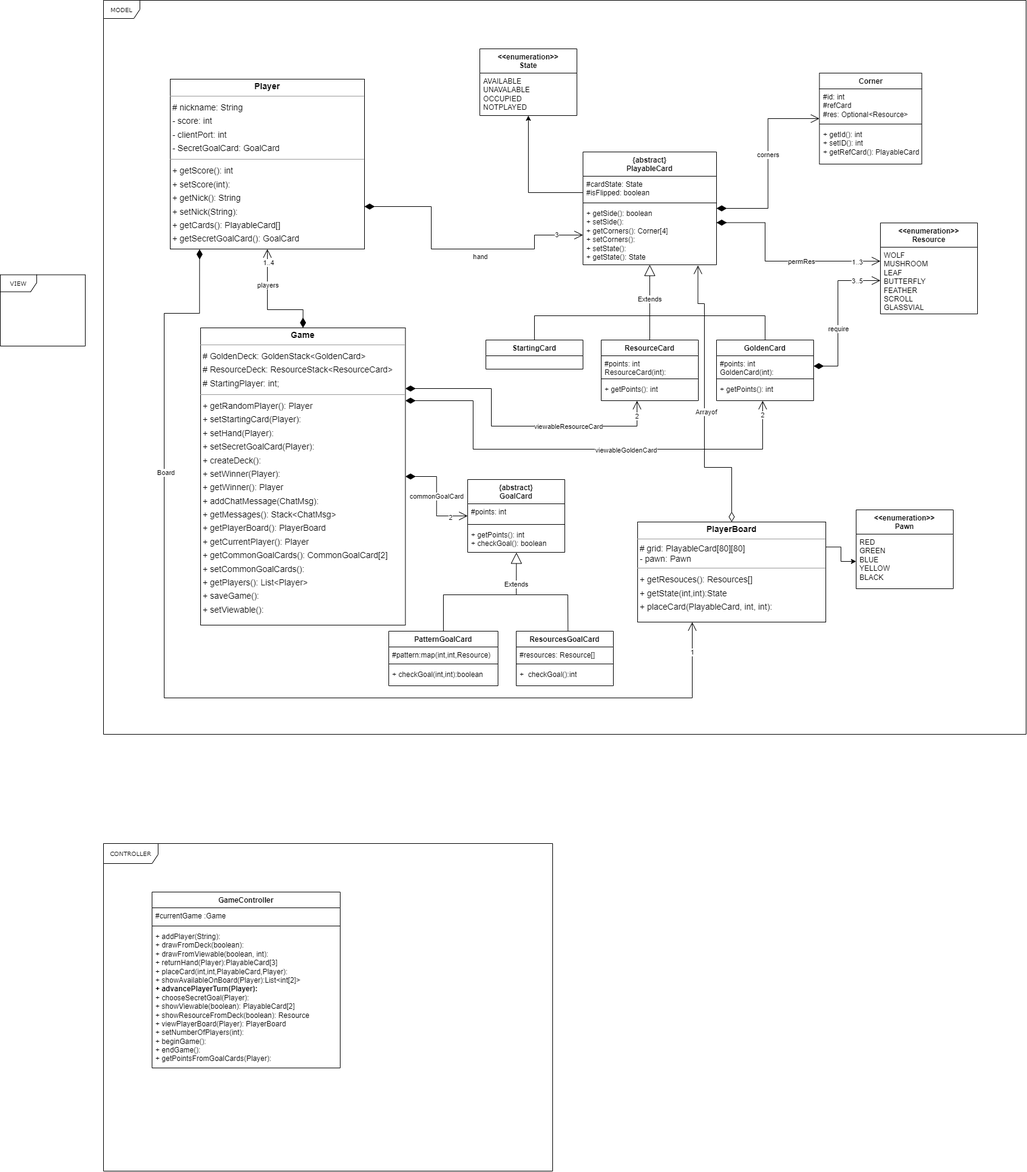
Earlier version of the draw.io export UML method.png (RogerTWS02/ing-sw-2024-Esposito-Falzoni-Frisone-Grassi). Source tidied: cells renumbered, new cells last; positions are measured from the earlier drawing's top-left corner, leaving out a move shared by most shapes.
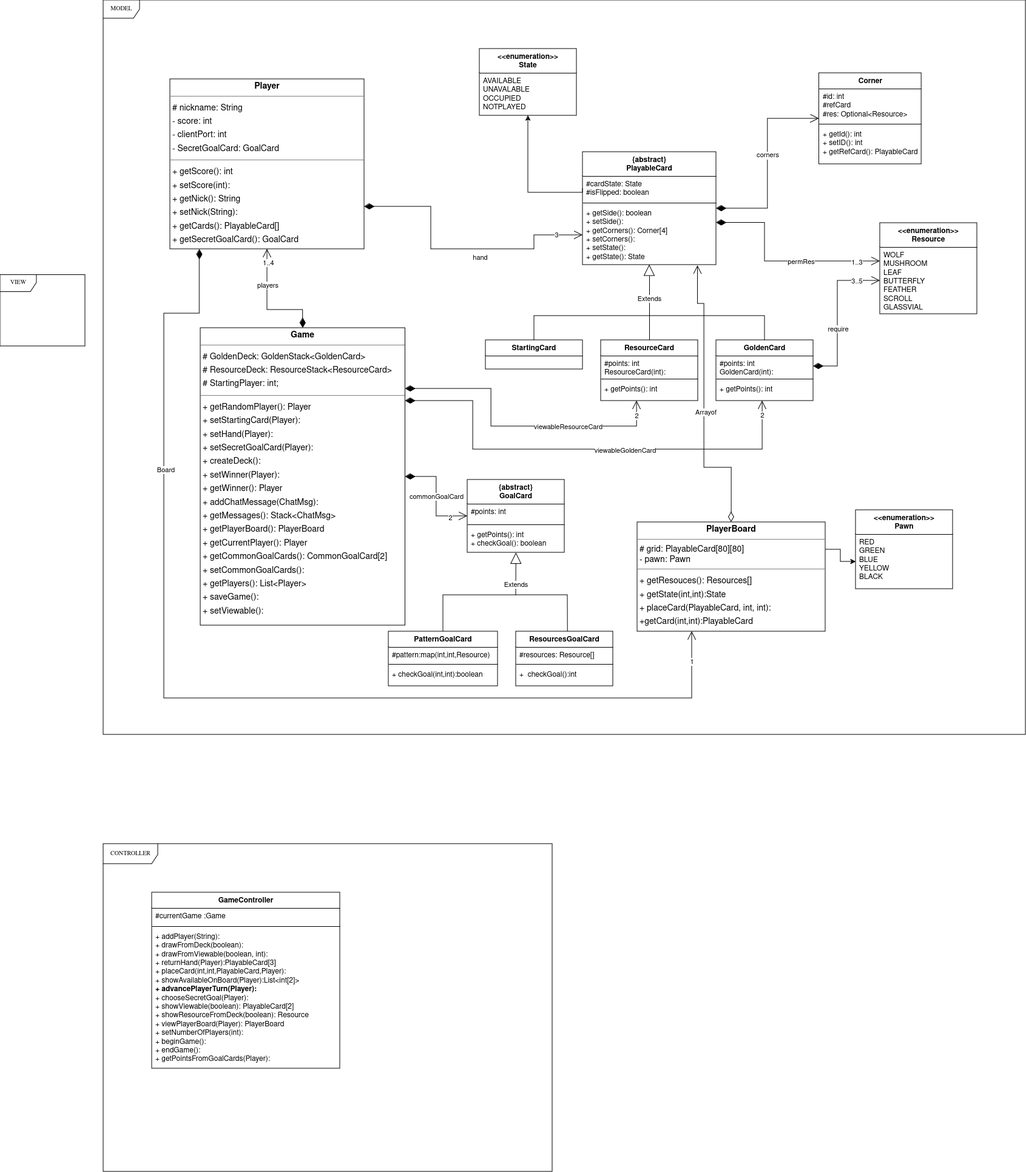
Above is the later version.

The edit, as a diff of the source:
```diff
@@ -72,8 +72,8 @@
     <mxCell id="21" style="edgeStyle=orthogonalEdgeStyle;rounded=0;jettySize=auto;html=1;exitX=1;exitY=0.25;exitDx=0;exitDy=0;entryX=0;entryY=0.5;entryDx=0;entryDy=0;" parent="1" edge="1" source="22" target="16">
       <mxGeometry relative="1" as="geometry" />
     </mxCell>
-    <mxCell id="22" value="&lt;p style=&quot;margin:0px;margin-top:4px;text-align:center;&quot;&gt;&lt;b&gt;PlayerBoard&lt;/b&gt;&lt;/p&gt;&lt;hr size=&quot;1&quot;&gt;&amp;nbsp;&lt;span style=&quot;background-color: initial;&quot;&gt;# grid: PlayableCard[80][80]&amp;nbsp;&lt;/span&gt;&lt;div&gt;&amp;nbsp;- pawn: Pawn&amp;nbsp;&lt;div&gt;&lt;hr size=&quot;1&quot;&gt;&lt;p style=&quot;margin:0 0 0 4px;line-height:1.6;&quot;&gt;+ getResouces(): Resources[]&lt;br&gt;+ getState(int,int):State&lt;br&gt;+ placeCard(PlayableCard, int, int): &lt;br&gt;&lt;/p&gt;&lt;/div&gt;&lt;/div&gt;" style="verticalAlign=top;align=left;overflow=fill;fontSize=14;fontFamily=Helvetica;html=1;rounded=0;shadow=0;comic=0;labelBackgroundColor=none;strokeWidth=1;" parent="1" vertex="1">
-      <mxGeometry x="1050" y="860" width="310" height="165" as="geometry" />
+    <mxCell id="22" value="&lt;p style=&quot;margin:0px;margin-top:4px;text-align:center;&quot;&gt;&lt;b&gt;PlayerBoard&lt;/b&gt;&lt;/p&gt;&lt;hr size=&quot;1&quot;&gt;&amp;nbsp;&lt;span style=&quot;background-color: initial;&quot;&gt;# grid: PlayableCard[80][80]&amp;nbsp;&lt;/span&gt;&lt;div&gt;&amp;nbsp;- pawn: Pawn&amp;nbsp;&lt;div&gt;&lt;hr size=&quot;1&quot;&gt;&lt;p style=&quot;margin:0 0 0 4px;line-height:1.6;&quot;&gt;+ getResouces(): Resources[]&lt;br&gt;+ getState(int,int):State&lt;br&gt;+ placeCard(PlayableCard, int, int): &lt;br&gt;&lt;/p&gt;&lt;p style=&quot;margin:0 0 0 4px;line-height:1.6;&quot;&gt;+getCard(int,int):PlayableCard&lt;br&gt;&lt;/p&gt;&lt;/div&gt;&lt;/div&gt;" style="verticalAlign=top;align=left;overflow=fill;fontSize=14;fontFamily=Helvetica;html=1;rounded=0;shadow=0;comic=0;labelBackgroundColor=none;strokeWidth=1;" parent="1" vertex="1">
+      <mxGeometry x="1050" y="860" width="310" height="180" as="geometry" />
     </mxCell>
     <mxCell id="23" value="&lt;p style=&quot;margin:0px;margin-top:4px;text-align:center;&quot;&gt;&lt;b&gt;Player&lt;/b&gt;&lt;/p&gt;&lt;hr size=&quot;1&quot;&gt;&lt;p style=&quot;margin:0 0 0 4px;line-height:1.6;&quot;&gt;# nickname: String&lt;/p&gt;&lt;p style=&quot;margin:0 0 0 4px;line-height:1.6;&quot;&gt;- score: int&lt;/p&gt;&lt;p style=&quot;margin:0 0 0 4px;line-height:1.6;&quot;&gt;- clientPort: int&lt;/p&gt;&lt;p style=&quot;margin:0 0 0 4px;line-height:1.6;&quot;&gt;- SecretGoalCard: GoalCard&lt;/p&gt;&lt;hr size=&quot;1&quot;&gt;&lt;p style=&quot;margin:0 0 0 4px;line-height:1.6;&quot;&gt;+ getScore(): int&lt;/p&gt;&lt;p style=&quot;margin:0 0 0 4px;line-height:1.6;&quot;&gt;+ setScore(int):&amp;nbsp;&lt;br&gt;+ getNick(): String&lt;/p&gt;&lt;p style=&quot;margin:0 0 0 4px;line-height:1.6;&quot;&gt;+ setNick(String):&lt;/p&gt;&lt;p style=&quot;margin:0 0 0 4px;line-height:1.6;&quot;&gt;+ getCards(): PlayableCard[]&lt;br&gt;&lt;span style=&quot;background-color: initial;&quot;&gt;+ getSecretGoalCard(): GoalCard&lt;/span&gt;&lt;br&gt;&lt;/p&gt;" style="verticalAlign=top;align=left;overflow=fill;fontSize=14;fontFamily=Helvetica;html=1;rounded=0;shadow=0;comic=0;labelBackgroundColor=none;strokeWidth=1;" parent="1" vertex="1">
       <mxGeometry x="280" y="130" width="320" height="280" as="geometry" />
```
